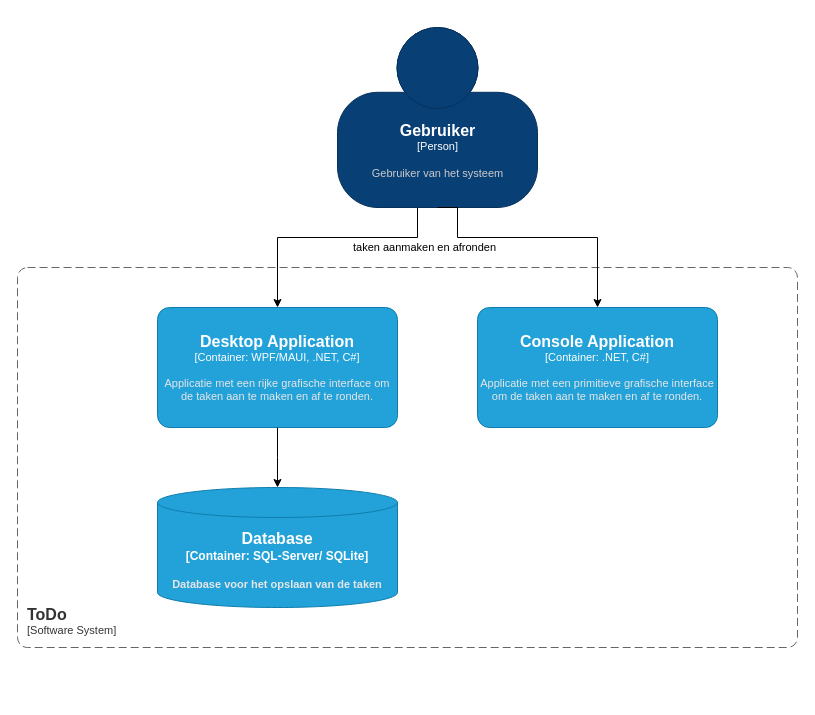
Above: page "Container Diagram WPF App" (2 of 5) of 2324 semester 2/Diagrammen/C4 model/ToDo Application C4-model.drawio in Windesheim-HBO-ICT/cs_studenten (draw.io), before the change. Source tidied: cells renumbered, new cells numbered last; positions are measured from the earlier drawing's top-left corner, leaving out a move shared by most shapes. Both pictures are drawn from the tidied source at 100%, with x=0, y=0 at pixel (17, 27).
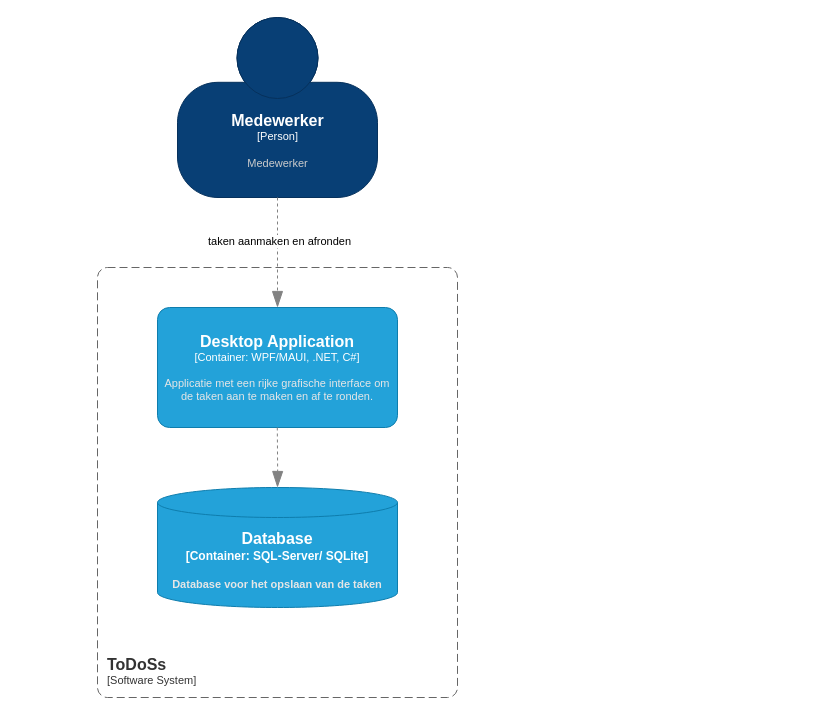
The same page after the edit.

Diff of the diagram source:
```diff
@@
 <mxGraphModel>
   <root>
     <mxCell id="0" />
     <mxCell id="1" parent="0" />
-    <object id="2" label="&lt;font style=&quot;font-size: 16px&quot;&gt;&lt;b&gt;&lt;div style=&quot;text-align: left&quot;&gt;%c4Name%&lt;/div&gt;&lt;/b&gt;&lt;/font&gt;&lt;div style=&quot;text-align: left&quot;&gt;[%c4Application%]&lt;/div&gt;" c4Application="Software System" c4Name="ToDo" placeholders="1">
+    <object id="2" label="&lt;font style=&quot;font-size: 16px&quot;&gt;&lt;b&gt;&lt;div style=&quot;text-align: left&quot;&gt;%c4Name%&lt;/div&gt;&lt;/b&gt;&lt;/font&gt;&lt;div style=&quot;text-align: left&quot;&gt;[%c4Application%]&lt;/div&gt;" c4Application="Software System" c4Name="ToDoSs" placeholders="1">
       <mxCell style="rounded=1;fontSize=11;whiteSpace=wrap;html=1;dashed=1;arcSize=20;fillColor=none;strokeColor=#666666;fontColor=#333333;labelBackgroundColor=none;align=left;verticalAlign=bottom;labelBorderColor=none;spacingTop=0;spacing=10;dashPattern=8 4;perimeter=rectanglePerimeter;noLabel=0;labelPadding=0;absoluteArcSize=1;" parent="1" vertex="1">
-        <mxGeometry y="240" width="780" height="380" as="geometry" />
+        <mxGeometry x="80" y="240" width="360" height="430" as="geometry" />
       </mxCell>
     </object>
     <object id="3" label="&lt;font style=&quot;font-size: 16px&quot;&gt;&lt;b&gt;%c4Name%&lt;/b&gt;&lt;/font&gt;&lt;div&gt;[%c4Type%: %c4Technology%]&lt;/div&gt;&lt;br&gt;&lt;div&gt;&lt;font style=&quot;font-size: 11px&quot;&gt;&lt;font color=&quot;#E6E6E6&quot;&gt;%c4Description%&lt;/font&gt;&lt;/div&gt;" c4Description="Applicatie met een rijke grafische interface om de taken aan te maken en af te ronden." c4Name="Desktop Application" c4Technology="WPF/MAUI, .NET, C#" c4Type="Container" placeholders="1">
       <mxCell style="rounded=1;whiteSpace=wrap;html=1;fontSize=11;labelBackgroundColor=none;fillColor=#23A2D9;fontColor=#ffffff;align=center;arcSize=10;strokeColor=#0E7DAD;points=[[0.25,0,0],[0.5,0,0],[0.75,0,0],[1,0.25,0],[1,0.5,0],[1,0.75,0],[0.75,1,0],[0.5,1,0],[0.25,1,0],[0,0.75,0],[0,0.5,0],[0,0.25,0]];" parent="1" vertex="1">
         <mxGeometry x="140" y="280" width="240" height="120" as="geometry" />
       </mxCell>
     </object>
-    <object id="4" label="&lt;font style=&quot;font-size: 16px&quot;&gt;&lt;b&gt;%c4Name%&lt;/b&gt;&lt;/font&gt;&lt;div&gt;[%c4Type%: %c4Technology%]&lt;/div&gt;&lt;br&gt;&lt;div&gt;&lt;font style=&quot;font-size: 11px&quot;&gt;&lt;font color=&quot;#E6E6E6&quot;&gt;%c4Description%&lt;/font&gt;&lt;/div&gt;" c4Description="Applicatie met een primitieve grafische interface om de taken aan te maken en af te ronden." c4Name="Console Application" c4Technology=".NET, C#" c4Type="Container" placeholders="1">
-      <mxCell style="rounded=1;whiteSpace=wrap;html=1;fontSize=11;labelBackgroundColor=none;fillColor=#23A2D9;fontColor=#ffffff;align=center;arcSize=10;strokeColor=#0E7DAD;points=[[0.25,0,0],[0.5,0,0],[0.75,0,0],[1,0.25,0],[1,0.5,0],[1,0.75,0],[0.75,1,0],[0.5,1,0],[0.25,1,0],[0,0.75,0],[0,0.5,0],[0,0.25,0]];" parent="1" vertex="1">
-        <mxGeometry x="460" y="280" width="240" height="120" as="geometry" />
-      </mxCell>
-    </object>
     <object id="5" label="&lt;font style=&quot;font-size: 16px&quot;&gt;&lt;b&gt;%c4Type%&lt;/font&gt;&lt;div&gt;[%c4Container%:&amp;nbsp;%c4Technology%]&lt;/div&gt;&lt;br&gt;&lt;div&gt;&lt;font style=&quot;font-size: 11px&quot;&gt;&lt;font color=&quot;#E6E6E6&quot;&gt;%c4Description%&lt;/font&gt;&lt;/div&gt;" c4Container="Container" c4Description="Database voor het opslaan van de taken" c4Technology="SQL-Server/ SQLite" c4Type="Database" placeholders="1">
       <mxCell style="shape=cylinder3;size=15;whiteSpace=wrap;html=1;boundedLbl=1;rounded=0;labelBackgroundColor=none;fillColor=#23A2D9;fontSize=12;fontColor=#ffffff;align=center;strokeColor=#0E7DAD;points=[[0.5,0,0],[1,0.25,0],[1,0.5,0],[1,0.75,0],[0.5,1,0],[0,0.75,0],[0,0.5,0],[0,0.25,0]];" parent="1" vertex="1">
         <mxGeometry x="140" y="460" width="240" height="120" as="geometry" />
       </mxCell>
     </object>
+    <object id="7" label="&lt;font style=&quot;font-size: 16px&quot;&gt;&lt;b&gt;%c4Name%&lt;/b&gt;&lt;/font&gt;&lt;div&gt;[%c4Type%]&lt;/div&gt;&lt;br&gt;&lt;div&gt;&lt;font style=&quot;font-size: 11px&quot;&gt;&lt;font color=&quot;#cccccc&quot;&gt;%c4Description%&lt;/font&gt;&lt;/div&gt;" c4Description="Medewerker" c4Name="Medewerker" c4Type="Person" placeholders="1">
+      <mxCell style="html=1;fontSize=11;dashed=0;whitespace=wrap;fillColor=#083F75;strokeColor=#06315C;fontColor=#ffffff;shape=mxgraph.c4.person2;align=center;points=[[0.5,0,0],[1,0.5,0],[1,0.75,0],[0.75,1,0],[0.5,1,0],[0.25,1,0],[0,0.75,0],[0,0.5,0]];" parent="1" vertex="1">
+        <mxGeometry x="160" y="-10" width="200" height="180" as="geometry" />
+      </mxCell>
+    </object>
+    <mxCell id="10" style="endArrow=blockThin;html=1;fontSize=10;fontColor=#404040;strokeWidth=1;endFill=1;strokeColor=#828282;elbow=vertical;endSize=14;startSize=14;jumpStyle=arc;jumpSize=16;rounded=0;edgeStyle=orthogonalEdgeStyle;dashed=1;exitX=0.5;exitY=1;exitDx=0;exitDy=0;exitPerimeter=0;" parent="1" edge="1" source="7">
+      <mxGeometry relative="1" as="geometry">
+        <mxPoint x="260" y="280" as="targetPoint" />
+        <Array as="points">
+          <mxPoint x="260" y="210" />
+          <mxPoint x="260" y="210" />
+        </Array>
+      </mxGeometry>
+    </mxCell>
-    <mxCell id="6" value="taken aanmaken en afronden" style="edgeStyle=orthogonalEdgeStyle;rounded=0;jettySize=auto;html=1;" parent="1" edge="1" source="7" target="3">
-      <mxGeometry x="-0.64" y="22" relative="1" as="geometry">
-        <Array as="points">
-          <mxPoint x="400" y="210" />
-          <mxPoint x="260" y="210" />
-        </Array>
-        <mxPoint x="20" y="-12" as="offset" />
+    <mxCell id="6" value="taken aanmaken en afronden" style="edgeLabel;html=1;align=center;verticalAlign=middle;" parent="10" vertex="1">
+      <mxGeometry x="-0.17" y="3" relative="1" as="geometry">
+        <mxPoint x="-2" y="-3" as="offset" />
       </mxGeometry>
     </mxCell>
-    <object id="7" label="&lt;font style=&quot;font-size: 16px&quot;&gt;&lt;b&gt;%c4Name%&lt;/b&gt;&lt;/font&gt;&lt;div&gt;[%c4Type%]&lt;/div&gt;&lt;br&gt;&lt;div&gt;&lt;font style=&quot;font-size: 11px&quot;&gt;&lt;font color=&quot;#cccccc&quot;&gt;%c4Description%&lt;/font&gt;&lt;/div&gt;" c4Description="Gebruiker van het systeem" c4Name="Gebruiker" c4Type="Person" placeholders="1">
-      <mxCell style="html=1;fontSize=11;dashed=0;whitespace=wrap;fillColor=#083F75;strokeColor=#06315C;fontColor=#ffffff;shape=mxgraph.c4.person2;align=center;points=[[0.5,0,0],[1,0.5,0],[1,0.75,0],[0.75,1,0],[0.5,1,0],[0.25,1,0],[0,0.75,0],[0,0.5,0]];" parent="1" vertex="1">
-        <mxGeometry x="320" width="200" height="180" as="geometry" />
-      </mxCell>
-    </object>
-    <mxCell id="8" style="edgeStyle=orthogonalEdgeStyle;rounded=0;jettySize=auto;html=1;" parent="1" edge="1" target="4">
-      <mxGeometry relative="1" as="geometry">
-        <mxPoint x="420" y="180" as="sourcePoint" />
-        <Array as="points">
-          <mxPoint x="440" y="180" />
-          <mxPoint x="440" y="210" />
-          <mxPoint x="580" y="210" />
-        </Array>
-      </mxGeometry>
-    </mxCell>
-    <mxCell id="9" style="edgeStyle=none;rounded=0;jettySize=auto;html=1;endArrow=classic;endFill=1;entryX=0.5;entryY=0;entryDx=0;entryDy=0;entryPerimeter=0;" parent="1" edge="1" source="3" target="5">
-      <mxGeometry relative="1" as="geometry">
-        <Array as="points">
-          <mxPoint x="260" y="430" />
-        </Array>
-      </mxGeometry>
-    </mxCell>
+    <mxCell id="11" style="endArrow=blockThin;html=1;fontSize=10;fontColor=#404040;strokeWidth=1;endFill=1;strokeColor=#828282;elbow=vertical;endSize=14;startSize=14;jumpStyle=arc;jumpSize=16;rounded=0;edgeStyle=orthogonalEdgeStyle;dashed=1;entryX=0.5;entryY=0;entryDx=0;entryDy=0;entryPerimeter=0;" parent="1" edge="1" target="5">
+      <mxGeometry relative="1" as="geometry">
+        <mxPoint x="259.8" y="400" as="sourcePoint" />
+      </mxGeometry>
+    </mxCell>
   </root>
 </mxGraphModel>
```
